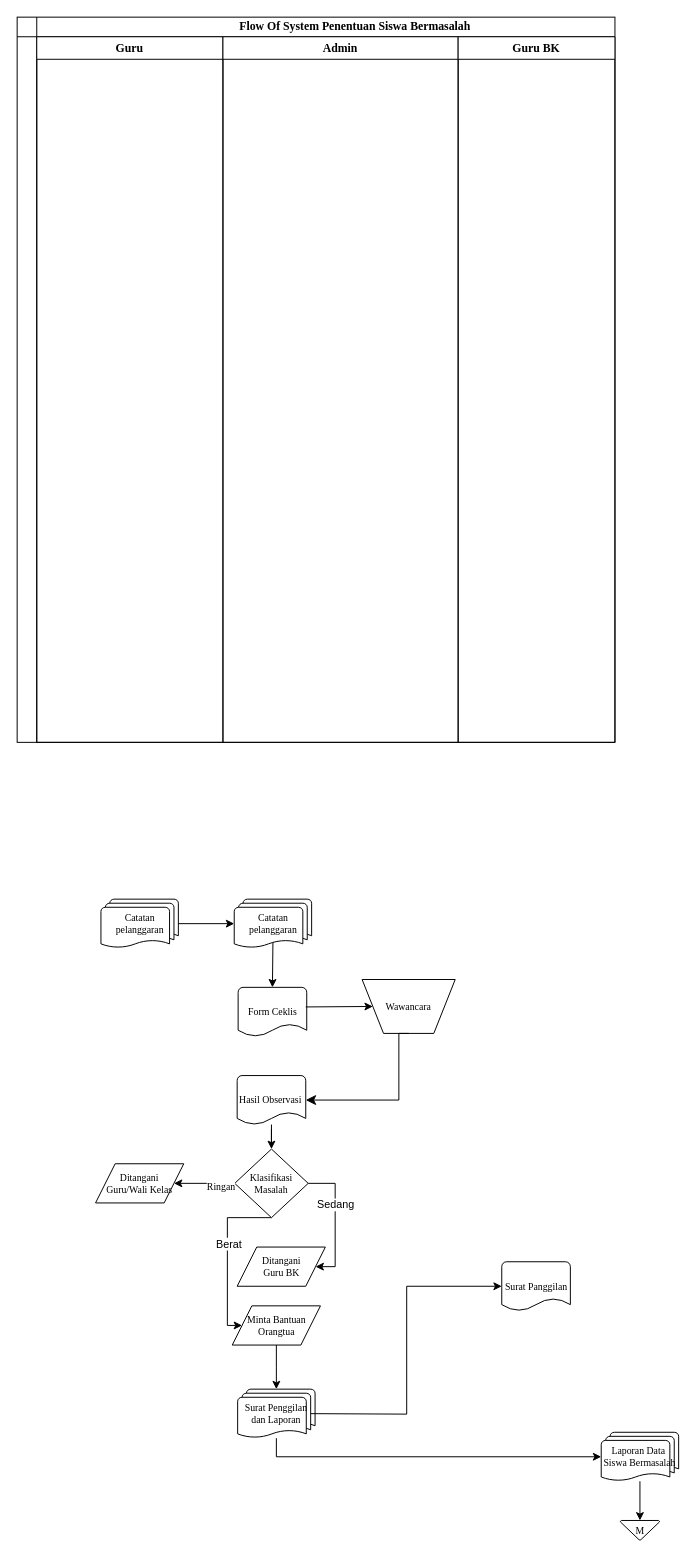
rumahkubudi/rumah_idaman keeps this draw.io diagram as flow of system.drawio. Above is the earlier version. Source tidied: cells renumbered, new cells numbered last; positions are measured from the earlier drawing's top-left corner, leaving out a move shared by most shapes. Both pictures are drawn from the tidied source at 98%, with x=0, y=0 at pixel (17, 17).
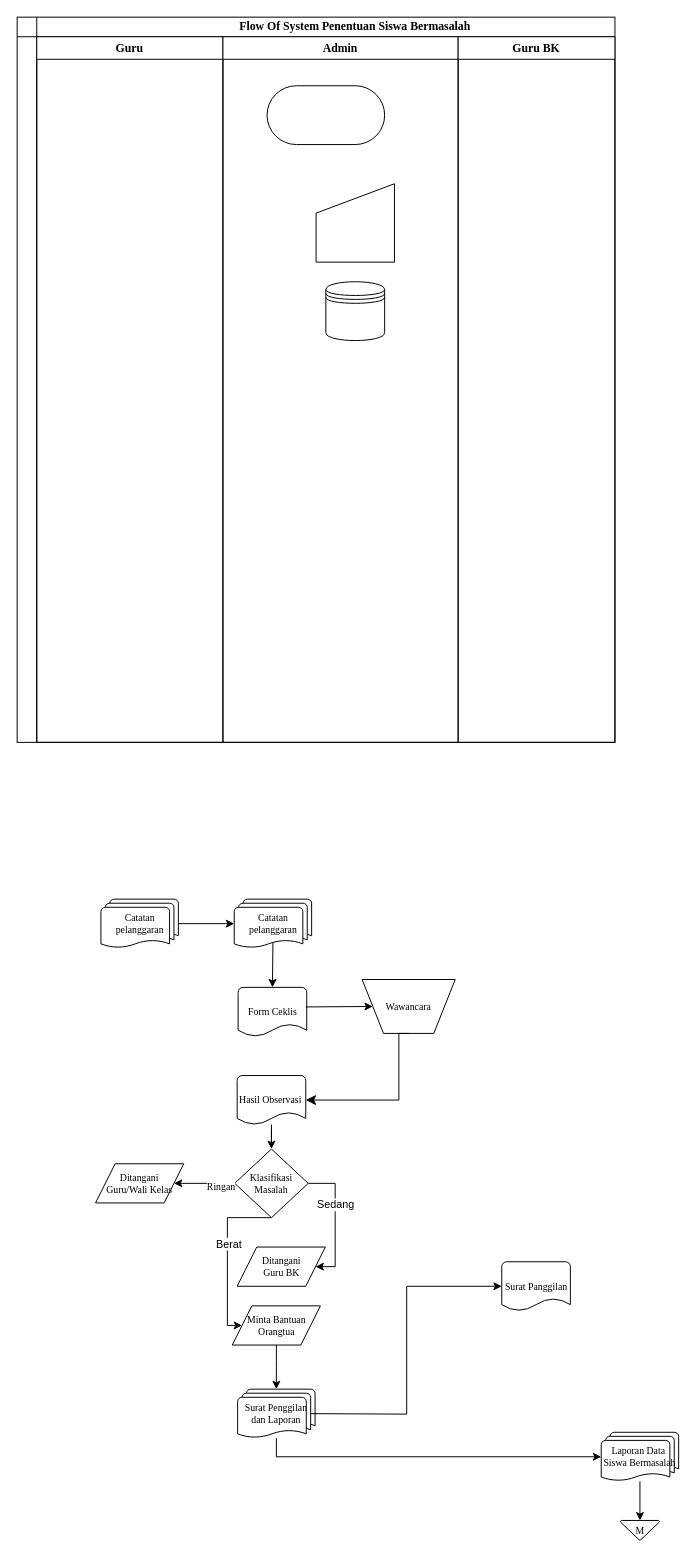
The same page after the edit.

The change refers to these unchanged cells:
```xml
<mxCell id="4" value="Admin" style="swimlane;whiteSpace=wrap;html=1;fontFamily=Times New Roman;" parent="1" vertex="1">
  <mxGeometry x="210" y="20" width="240" height="720" as="geometry" />
</mxCell>
```

Diff of the diagram source:
```diff
@@
+    <mxCell id="35" style="shape=datastore;whiteSpace=wrap;html=1;" parent="4" vertex="1">
+      <mxGeometry x="105" y="250" width="60" height="60" as="geometry" />
+    </mxCell>
+    <mxCell id="36" style="shape=manualInput;whiteSpace=wrap;html=1;" parent="4" vertex="1">
+      <mxGeometry x="95" y="150" width="80" height="80" as="geometry" />
+    </mxCell>
+    <mxCell id="37" style="rounded=1;whiteSpace=wrap;html=1;arcSize=50;" parent="4" vertex="1">
+      <mxGeometry x="45" y="50" width="120" height="60" as="geometry" />
+    </mxCell>
```
